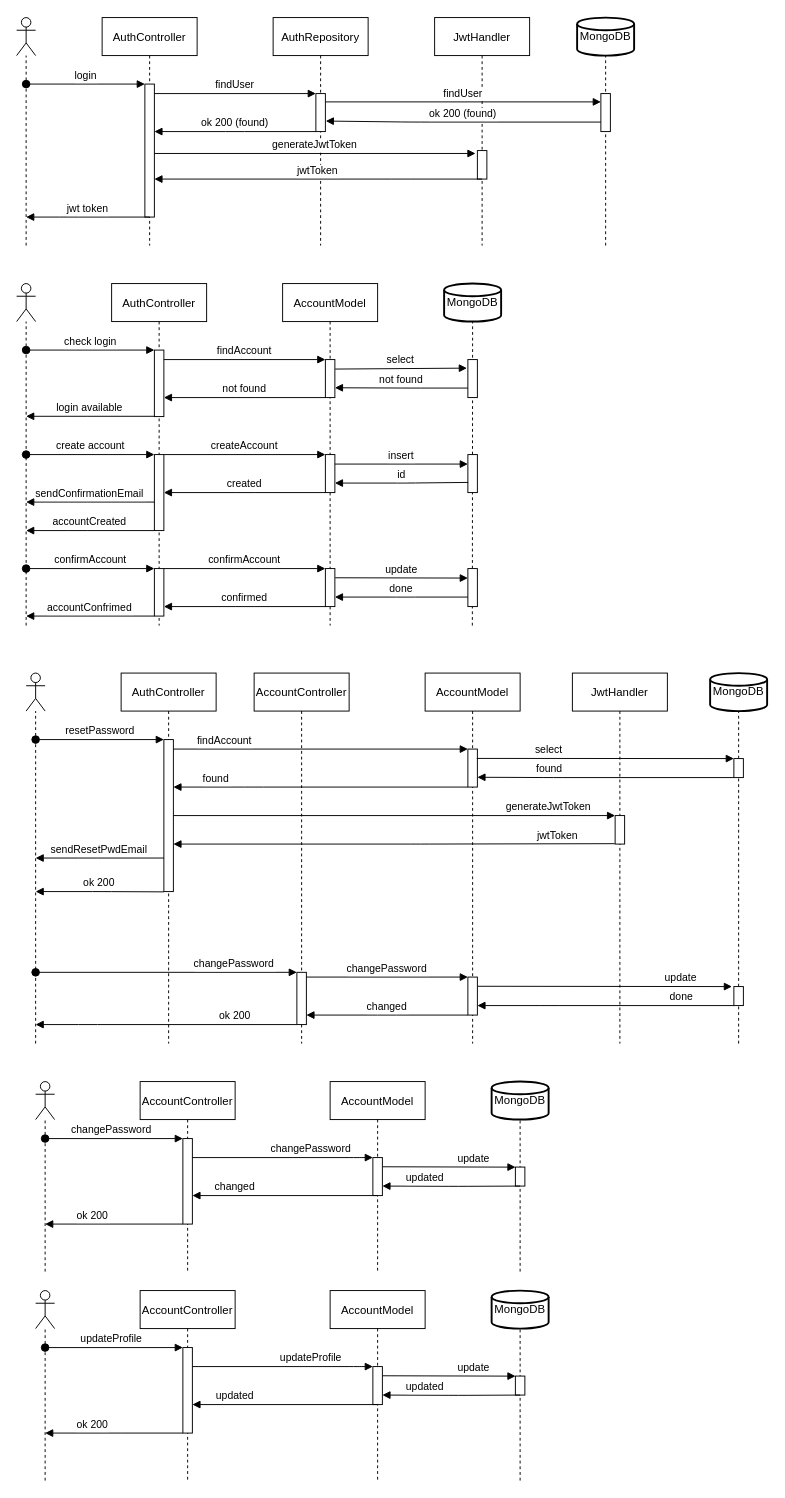
shardoc/shardoc.github.io keeps this draw.io diagram as diagrams/auth.drawio. Above is the earlier version. Source tidied: cells renumbered, new cells numbered last; positions are measured from the earlier drawing's top-left corner, leaving out a move shared by most shapes. Both pictures are drawn from the tidied source at 95%, with x=0, y=0 at pixel (16, 17).
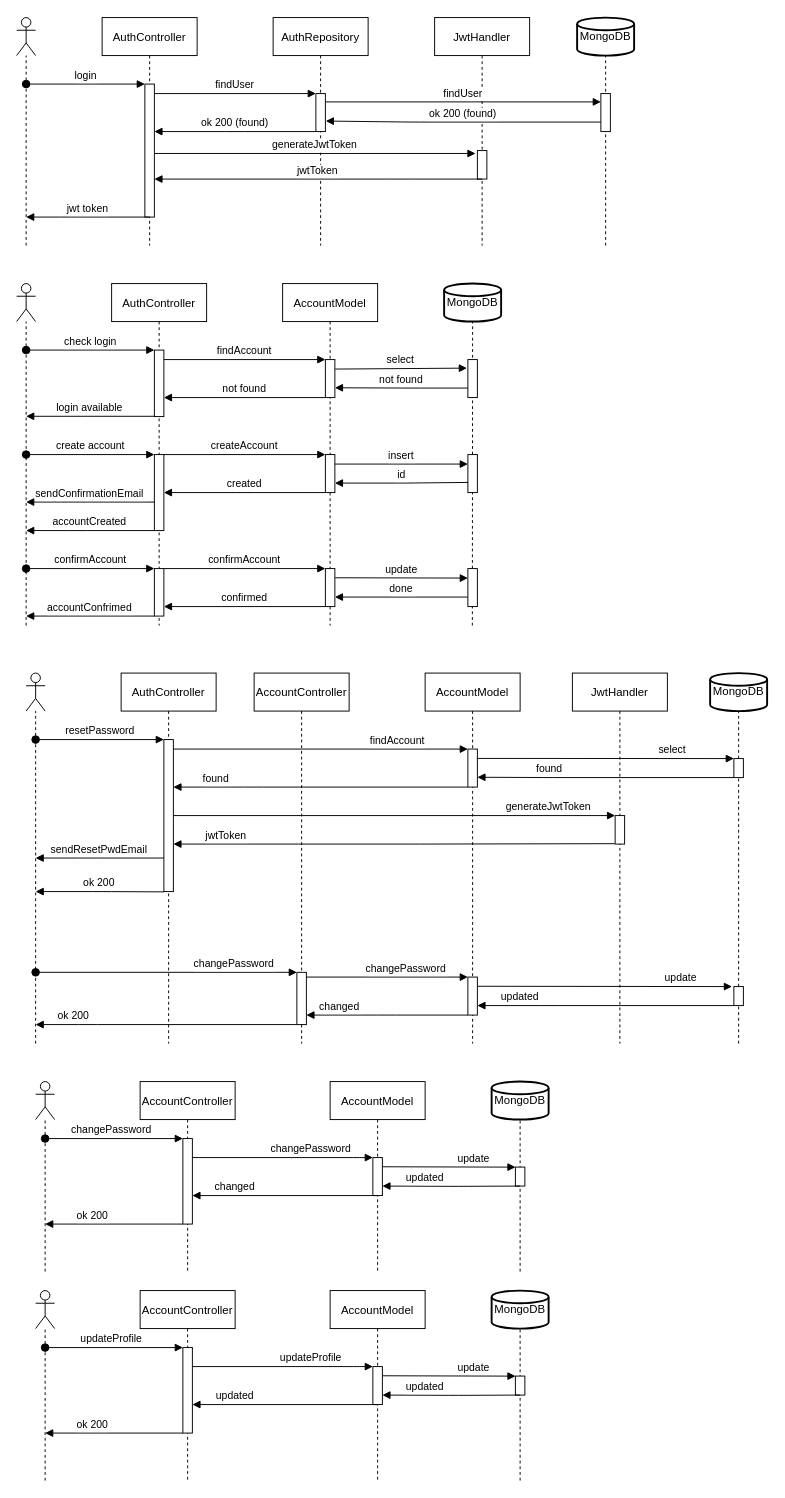
After the change.

The change refers to these unchanged cells:
```xml
<mxCell id="56" style="points=[];perimeter=orthogonalPerimeter;rounded=0;shadow=0;strokeWidth=1;" parent="55" vertex="1">
  <mxGeometry x="45" y="70" width="10" height="160" as="geometry" />
</mxCell>
<mxCell id="59" style="points=[];perimeter=orthogonalPerimeter;rounded=0;shadow=0;strokeWidth=1;" parent="58" vertex="1">
  <mxGeometry x="45" y="80" width="10" height="40" as="geometry" />
</mxCell>
<mxCell id="73" style="points=[];perimeter=orthogonalPerimeter;rounded=0;shadow=0;strokeWidth=1;" parent="1" vertex="1">
  <mxGeometry x="755" y="1020" width="10" height="20" as="geometry" />
</mxCell>
<mxCell id="77" style="points=[];perimeter=orthogonalPerimeter;rounded=0;shadow=0;strokeWidth=1;" parent="1" vertex="1">
  <mxGeometry x="630" y="840" width="10" height="30" as="geometry" />
</mxCell>
<mxCell id="82" style="points=[];perimeter=orthogonalPerimeter;rounded=0;shadow=0;strokeWidth=1;" parent="1" vertex="1">
  <mxGeometry x="295" y="1005" width="10" height="55" as="geometry" />
</mxCell>
```

Change to the diagram source:
```diff
@@
     <mxCell id="61" value="findAccount" style="verticalAlign=bottom;endArrow=block;entryX=0;entryY=0;shadow=0;strokeWidth=1;" parent="1" edge="1" source="56" target="59">
-      <mxGeometry x="-0.65" relative="1" as="geometry" />
+      <mxGeometry x="0.52" relative="1" as="geometry" />
     </mxCell>
@@
     <mxCell id="67" value="ok 200" style="verticalAlign=bottom;endArrow=block;shadow=0;strokeWidth=1;" parent="1" edge="1" source="82">
-      <mxGeometry x="-0.53" relative="1" as="geometry">
+      <mxGeometry x="0.71" relative="1" as="geometry">
         <mxPoint x="20" y="1060" as="targetPoint" />
         <Array as="points">
           <mxPoint x="75" y="1060" />
         </Array>
       </mxGeometry>
     </mxCell>
@@
     <mxCell id="71" value="select" style="verticalAlign=bottom;endArrow=block;shadow=0;strokeWidth=1;exitX=0.943;exitY=0.246;exitDx=0;exitDy=0;exitPerimeter=0;" parent="1" edge="1" source="59">
-      <mxGeometry x="-0.44" relative="1" as="geometry">
+      <mxGeometry x="0.52" relative="1" as="geometry">
         <mxPoint x="755" y="780" as="targetPoint" />
       </mxGeometry>
     </mxCell>
@@
-    <mxCell id="75" value="done" style="verticalAlign=bottom;endArrow=block;shadow=0;strokeWidth=1;" parent="1" edge="1" source="73">
-      <mxGeometry x="-0.59" relative="1" as="geometry">
+    <mxCell id="75" value="updated" style="verticalAlign=bottom;endArrow=block;shadow=0;strokeWidth=1;" parent="1" edge="1" source="73">
+      <mxGeometry x="0.67" relative="1" as="geometry">
         <mxPoint x="485" y="1040" as="targetPoint" />
         <Array as="points">
           <mxPoint x="560" y="1040" />
         </Array>
       </mxGeometry>
     </mxCell>
@@
     <mxCell id="78" value="jwtToken" style="verticalAlign=bottom;endArrow=block;shadow=0;strokeWidth=1;exitX=-0.043;exitY=0.986;exitDx=0;exitDy=0;exitPerimeter=0;" parent="1" edge="1" source="77">
-      <mxGeometry x="-0.74" relative="1" as="geometry">
+      <mxGeometry x="0.76" relative="1" as="geometry">
         <mxPoint x="165" y="870" as="targetPoint" />
         <Array as="points">
           <mxPoint x="425" y="870" />
         </Array>
       </mxGeometry>
     </mxCell>
@@
     <mxCell id="83" value="changePassword" style="verticalAlign=bottom;endArrow=block;shadow=0;strokeWidth=1;" parent="1" edge="1" source="82">
-      <mxGeometry relative="1" as="geometry">
+      <mxGeometry x="0.24" relative="1" as="geometry">
         <mxPoint x="475" y="1010" as="targetPoint" />
       </mxGeometry>
     </mxCell>
     <mxCell id="84" value="changed" style="verticalAlign=bottom;endArrow=block;shadow=0;strokeWidth=1;" parent="1" edge="1">
-      <mxGeometry relative="1" as="geometry">
+      <mxGeometry x="0.59" relative="1" as="geometry">
         <mxPoint x="475" y="1050" as="sourcePoint" />
         <mxPoint x="305" y="1050" as="targetPoint" />
         <Array as="points">
           <mxPoint x="390" y="1050" />
         </Array>
       </mxGeometry>
     </mxCell>
```
